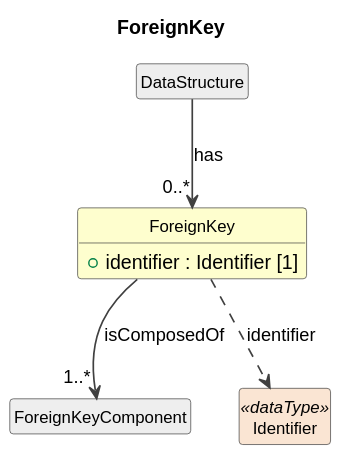
Before: cdif-uml-model/_plantuml/cdifDataStructure/Classes/ForeignKey.svg, a diagram exported from PlantUML (Cross-Domain-Interoperability-Framework/metadataBuildingBlocks).
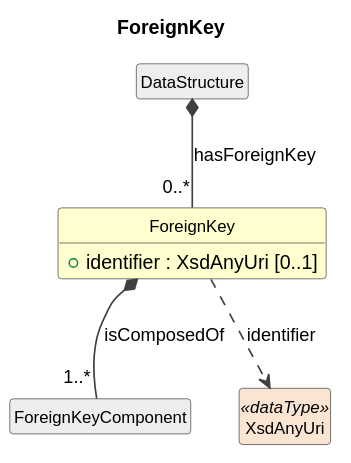
Later version of the same file.

Change to the diagram source:
```diff
@@ -11,12 +11,12 @@
 }
 
 class "ForeignKey" as ForeignKey #FEFECE {
-  +identifier : Identifier [1]
+  +identifier : XsdAnyUri [0..1]
 }
 class "DataStructure" as DataStructure #EEEEEE
-DataStructure --> "0..*" ForeignKey : has
+DataStructure *-- "0..*" ForeignKey : hasForeignKey
 class "ForeignKeyComponent" as ForeignKeyComponent #EEEEEE
-ForeignKey --> "1..*" ForeignKeyComponent : isComposedOf
-class "Identifier" as Identifier <<dataType>> #FAE5D3
-ForeignKey ..> Identifier : identifier
+ForeignKey *-- "1..*" ForeignKeyComponent : isComposedOf
+class "XsdAnyUri" as XsdAnyUri <<dataType>> #FAE5D3
+ForeignKey ..> XsdAnyUri : identifier
 @enduml
```
